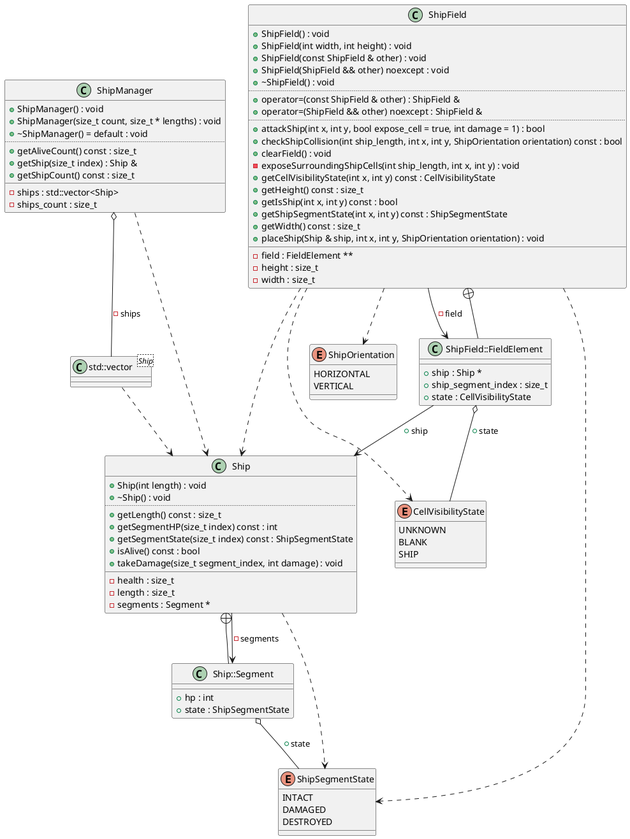
The PlantUML diagram diagrams/lb1.png in Rennelv/ships, before a commit.
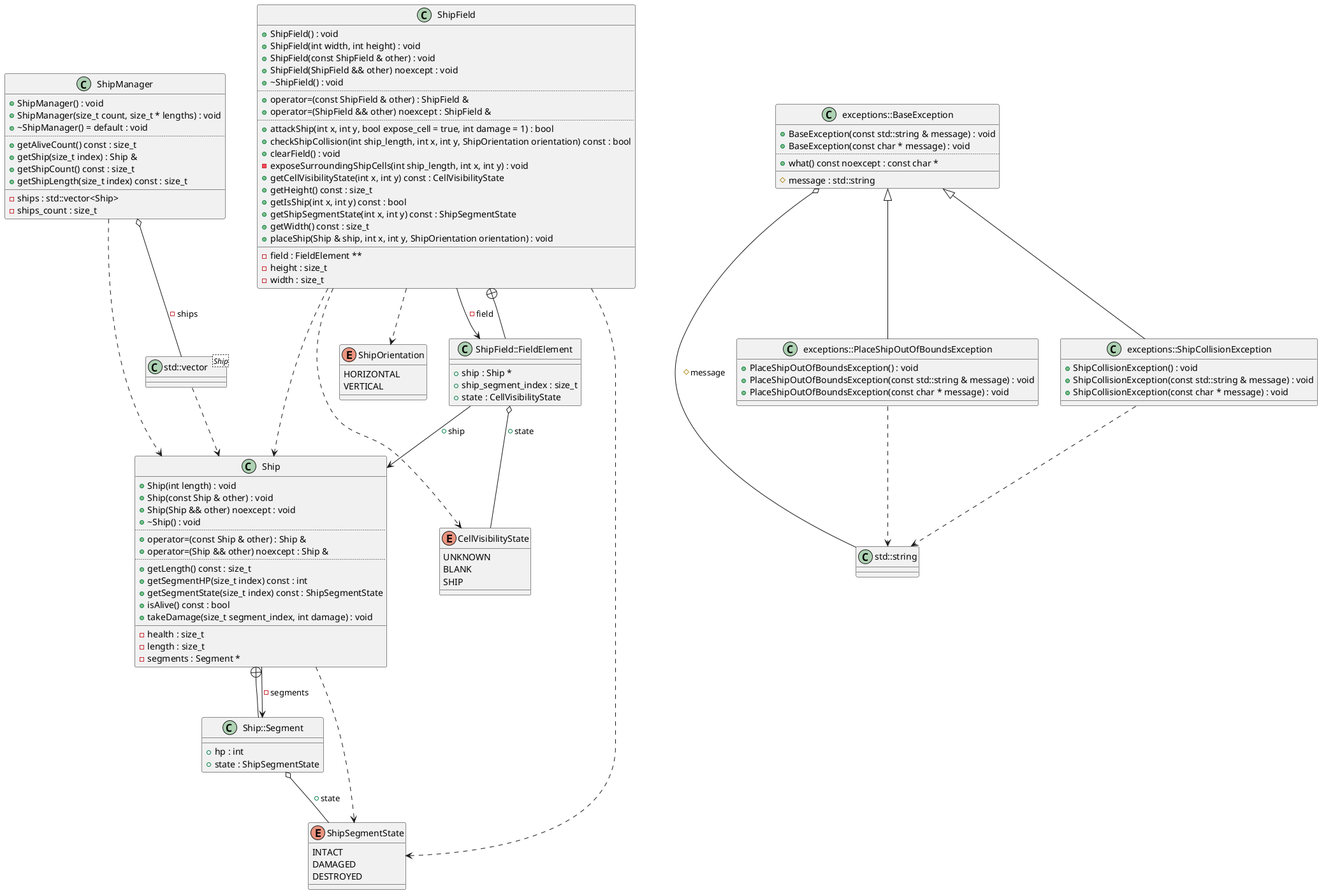
After the change.

Change to the diagram source:
```diff
@@ -1,6 +1,10 @@
 @startuml
 class "std::vector<Ship>" as C_0010668212532447068380
 class C_0010668212532447068380 {
+__
+}
+class "std::string" as C_0001275076681856179721
+class C_0001275076681856179721 {
 __
 }
 enum "ShipSegmentState" as C_0014256742677139282670
@@ -23,7 +27,12 @@
 class "Ship" as C_0014529657433315016423
 class C_0014529657433315016423 {
 +Ship(int length) : void
++Ship(const Ship & other) : void
++Ship(Ship && other) noexcept : void
 +~Ship() : void
+..
++operator=(const Ship & other) : Ship &
++operator=(Ship && other) noexcept : Ship &
 ..
 +getLength() const : size_t
 +getSegmentHP(size_t index) const : int
@@ -40,6 +49,20 @@
 __
 +hp : int
 +state : ShipSegmentState
+}
+class "ShipManager" as C_0017499122254539489506
+class C_0017499122254539489506 {
++ShipManager() : void
++ShipManager(size_t count, size_t * lengths) : void
++~ShipManager() = default : void
+..
++getAliveCount() const : size_t
++getShip(size_t index) : Ship &
++getShipCount() const : size_t
++getShipLength(size_t index) const : size_t
+__
+-ships : std::vector<Ship>
+-ships_count : size_t
 }
 class "ShipField" as C_0003843296779074973901
 class C_0003843296779074973901 {
@@ -74,24 +97,36 @@
 +ship_segment_index : size_t
 +state : CellVisibilityState
 }
-class "ShipManager" as C_0017499122254539489506
-class C_0017499122254539489506 {
-+ShipManager() : void
-+ShipManager(size_t count, size_t * lengths) : void
-+~ShipManager() = default : void
+class "exceptions::BaseException" as C_0010866204493294675298
+class C_0010866204493294675298 {
++BaseException(const std::string & message) : void
++BaseException(const char * message) : void
 ..
-+getAliveCount() const : size_t
-+getShip(size_t index) : Ship &
-+getShipCount() const : size_t
++what() const noexcept : const char *
 __
--ships : std::vector<Ship>
--ships_count : size_t
+#message : std::string
+}
+class "exceptions::PlaceShipOutOfBoundsException" as C_0009044063635314502983
+class C_0009044063635314502983 {
++PlaceShipOutOfBoundsException() : void
++PlaceShipOutOfBoundsException(const std::string & message) : void
++PlaceShipOutOfBoundsException(const char * message) : void
+__
+}
+class "exceptions::ShipCollisionException" as C_0005819130468169833287
+class C_0005819130468169833287 {
++ShipCollisionException() : void
++ShipCollisionException(const std::string & message) : void
++ShipCollisionException(const char * message) : void
+__
 }
 C_0010668212532447068380 ..> C_0014529657433315016423
 C_0014529657433315016423 ..> C_0014256742677139282670
 C_0014529657433315016423 --> C_0000674658759292391449 : -segments
 C_0000674658759292391449 --+ C_0014529657433315016423
 C_0000674658759292391449 o-- C_0014256742677139282670 : +state
+C_0017499122254539489506 ..> C_0014529657433315016423
+C_0017499122254539489506 o-- C_0010668212532447068380 : -ships
 C_0003843296779074973901 ..> C_0002579181642537833876
 C_0003843296779074973901 ..> C_0003333043679234439357
 C_0003843296779074973901 ..> C_0014256742677139282670
@@ -100,7 +135,12 @@
 C_0000316359785794417378 --+ C_0003843296779074973901
 C_0000316359785794417378 o-- C_0003333043679234439357 : +state
 C_0000316359785794417378 --> C_0014529657433315016423 : +ship
-C_0017499122254539489506 ..> C_0014529657433315016423
-C_0017499122254539489506 o-- C_0010668212532447068380 : -ships
+C_0010866204493294675298 o-- C_0001275076681856179721 : #message
+C_0009044063635314502983 ..> C_0001275076681856179721
+C_0010866204493294675298 <|-- C_0009044063635314502983
+
+C_0005819130468169833287 ..> C_0001275076681856179721
+C_0010866204493294675298 <|-- C_0005819130468169833287
+
 
 @enduml
```
